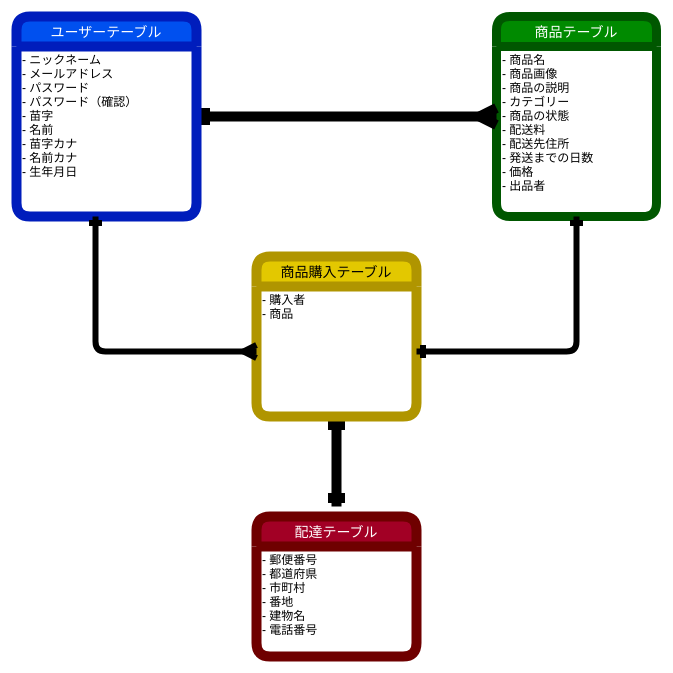
Above: table.dio in mozu888/furima-37230 (draw.io), before the change. Source tidied: cells renumbered, new cells numbered last; positions are measured from the earlier drawing's top-left corner, leaving out a move shared by most shapes. Both pictures are drawn from the tidied source at 100%, with x=0, y=0 at pixel (16, 16).
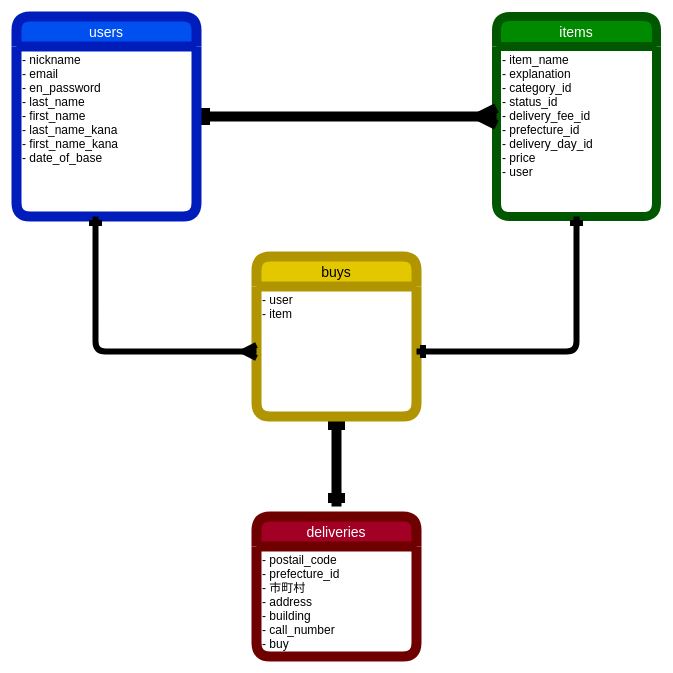
The same diagram, later.

Change to the diagram source:
```diff
@@
 <mxGraphModel>
   <root>
     <mxCell id="0" />
     <mxCell id="1" parent="0" />
-    <mxCell id="2" value="商品テーブル" style="swimlane;horizontal=1;startSize=30;rounded=1;fontSize=14;fontStyle=0;strokeWidth=9;shadow=0;dashed=0;align=center;fillColor=#008a00;strokeColor=#005700;fontColor=#ffffff;" parent="1" vertex="1">
+    <mxCell id="2" value="items" style="swimlane;horizontal=1;startSize=30;rounded=1;fontSize=14;fontStyle=0;strokeWidth=9;shadow=0;dashed=0;align=center;fillColor=#008a00;strokeColor=#005700;fontColor=#ffffff;" parent="1" vertex="1">
       <mxGeometry x="480" width="160" height="200" as="geometry" />
     </mxCell>
-    <mxCell id="3" value="- 商品名&#10;- 商品画像&#10;- 商品の説明&#10;- カテゴリー&#10;- 商品の状態&#10;- 配送料&#10;- 配送先住所&#10;- 発送までの日数&#10;- 価格&#10;- 出品者" style="align=left;strokeColor=none;fillColor=none;spacingLeft=4;fontSize=12;verticalAlign=top;" parent="2" vertex="1">
+    <mxCell id="3" value="- item_name&#10;- explanation&#10;- category_id&#10;- status_id&#10;- delivery_fee_id&#10;- prefecture_id&#10;- delivery_day_id&#10;- price&#10;- user" style="align=left;strokeColor=none;fillColor=none;spacingLeft=4;fontSize=12;verticalAlign=top;" parent="2" vertex="1">
       <mxGeometry y="30" width="160" height="170" as="geometry" />
     </mxCell>
     <mxCell id="4" style="edgeStyle=none;html=1;entryX=0;entryY=0.393;entryDx=0;entryDy=0;entryPerimeter=0;strokeWidth=4;strokeColor=none;startArrow=ERmandOne;startFill=0;" parent="1" edge="1" source="6" target="3">
       <mxGeometry relative="1" as="geometry" />
     </mxCell>
     <mxCell id="5" style="edgeStyle=orthogonalEdgeStyle;rounded=0;jumpSize=6;html=1;startArrow=ERone;startFill=0;endArrow=ERmany;endFill=0;endSize=6;targetPerimeterSpacing=0;strokeWidth=10;" parent="1" edge="1" source="6">
       <mxGeometry relative="1" as="geometry">
         <mxPoint x="480" y="100" as="targetPoint" />
         <Array as="points">
           <mxPoint x="480" y="100" />
         </Array>
       </mxGeometry>
     </mxCell>
-    <mxCell id="6" value="ユーザーテーブル" style="swimlane;horizontal=1;startSize=30;rounded=1;fontSize=14;fontStyle=0;strokeWidth=10;shadow=0;dashed=0;align=center;fillColor=#0050ef;strokeColor=#001DBC;fontColor=#ffffff;" parent="1" vertex="1">
+    <mxCell id="6" value="users" style="swimlane;horizontal=1;startSize=30;rounded=1;fontSize=14;fontStyle=0;strokeWidth=10;shadow=0;dashed=0;align=center;fillColor=#0050ef;strokeColor=#001DBC;fontColor=#ffffff;" parent="1" vertex="1">
       <mxGeometry width="180" height="200" as="geometry" />
     </mxCell>
-    <mxCell id="7" value="- ニックネーム&#10;- メールアドレス&#10;- パスワード&#10;- パスワード（確認）&#10;- 苗字&#10;- 名前&#10;- 苗字カナ&#10;- 名前カナ&#10;- 生年月日" style="align=left;strokeColor=none;fillColor=none;spacingLeft=4;fontSize=12;verticalAlign=top;" parent="6" vertex="1">
+    <mxCell id="7" value="- nickname&#10;- email&#10;- en_password&#10;- last_name&#10;- first_name&#10;- last_name_kana&#10;- first_name_kana&#10;- date_of_base" style="align=left;strokeColor=none;fillColor=none;spacingLeft=4;fontSize=12;verticalAlign=top;" parent="6" vertex="1">
       <mxGeometry y="30" width="180" height="170" as="geometry" />
     </mxCell>
     <mxCell id="8" style="edgeStyle=orthogonalEdgeStyle;rounded=0;jumpSize=6;html=1;startArrow=ERone;startFill=0;endArrow=ERone;endFill=0;endSize=6;targetPerimeterSpacing=0;strokeWidth=10;" parent="1" edge="1" source="9">
       <mxGeometry relative="1" as="geometry">
         <mxPoint x="320" y="490" as="targetPoint" />
       </mxGeometry>
     </mxCell>
-    <mxCell id="9" value="商品購入テーブル" style="swimlane;horizontal=1;startSize=30;rounded=1;fontSize=14;fontStyle=0;strokeWidth=10;shadow=0;dashed=0;align=center;fillColor=#e3c800;strokeColor=#B09500;fontColor=#000000;" parent="1" vertex="1">
+    <mxCell id="9" value="buys" style="swimlane;horizontal=1;startSize=30;rounded=1;fontSize=14;fontStyle=0;strokeWidth=10;shadow=0;dashed=0;align=center;fillColor=#e3c800;strokeColor=#B09500;fontColor=#000000;" parent="1" vertex="1">
       <mxGeometry x="240" y="240" width="160" height="160" as="geometry" />
     </mxCell>
-    <mxCell id="10" value="- 購入者&#10;- 商品" style="align=left;strokeColor=none;fillColor=none;spacingLeft=4;fontSize=12;verticalAlign=top;" parent="9" vertex="1">
+    <mxCell id="10" value="- user&#10;- item" style="align=left;strokeColor=none;fillColor=none;spacingLeft=4;fontSize=12;verticalAlign=top;" parent="9" vertex="1">
       <mxGeometry y="30" width="160" height="130" as="geometry" />
     </mxCell>
     <mxCell id="11" style="edgeStyle=orthogonalEdgeStyle;rounded=1;jumpSize=6;html=1;exitX=0.439;exitY=1;exitDx=0;exitDy=0;startArrow=ERone;startFill=0;endArrow=ERmany;endFill=0;endSize=6;targetPerimeterSpacing=0;strokeWidth=6;entryX=0;entryY=0.5;entryDx=0;entryDy=0;exitPerimeter=0;" parent="1" edge="1" source="7" target="10">
       <mxGeometry relative="1" as="geometry" />
     </mxCell>
     <mxCell id="12" style="edgeStyle=orthogonalEdgeStyle;rounded=1;jumpSize=6;html=1;exitX=0.5;exitY=1;exitDx=0;exitDy=0;startArrow=ERone;startFill=0;endArrow=ERone;endFill=0;endSize=6;targetPerimeterSpacing=0;strokeWidth=6;entryX=1;entryY=0.5;entryDx=0;entryDy=0;" parent="1" edge="1" source="3" target="10">
       <mxGeometry relative="1" as="geometry">
         <Array as="points">
           <mxPoint x="560" y="335" />
         </Array>
       </mxGeometry>
     </mxCell>
-    <mxCell id="13" value="配達テーブル" style="swimlane;horizontal=1;startSize=30;rounded=1;fontSize=14;fontStyle=0;strokeWidth=10;shadow=0;dashed=0;align=center;fillColor=#a20025;strokeColor=#6F0000;fontColor=#ffffff;" parent="1" vertex="1">
+    <mxCell id="13" value="deliveries" style="swimlane;horizontal=1;startSize=30;rounded=1;fontSize=14;fontStyle=0;strokeWidth=10;shadow=0;dashed=0;align=center;fillColor=#a20025;strokeColor=#6F0000;fontColor=#ffffff;" parent="1" vertex="1">
       <mxGeometry x="240" y="500" width="160" height="140" as="geometry" />
     </mxCell>
-    <mxCell id="14" value="- 郵便番号&#10;- 都道府県&#10;- 市町村&#10;- 番地&#10;- 建物名&#10;- 電話番号" style="align=left;strokeColor=none;fillColor=none;spacingLeft=4;fontSize=12;verticalAlign=top;" parent="13" vertex="1">
+    <mxCell id="14" value="- postail_code&#10;- prefecture_id&#10;- 市町村&#10;- address&#10;- building&#10;- call_number&#10;- buy" style="align=left;strokeColor=none;fillColor=none;spacingLeft=4;fontSize=12;verticalAlign=top;" parent="13" vertex="1">
       <mxGeometry y="30" width="160" height="110" as="geometry" />
     </mxCell>
   </root>
 </mxGraphModel>
```
